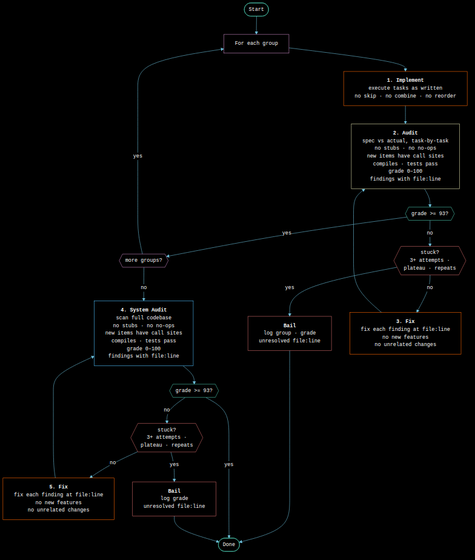
This is WORKFLOW.png from Distortedlogic/lx, a Mermaid export, as it was before one commit. Its source is kept beside it as WORKFLOW.mmd.
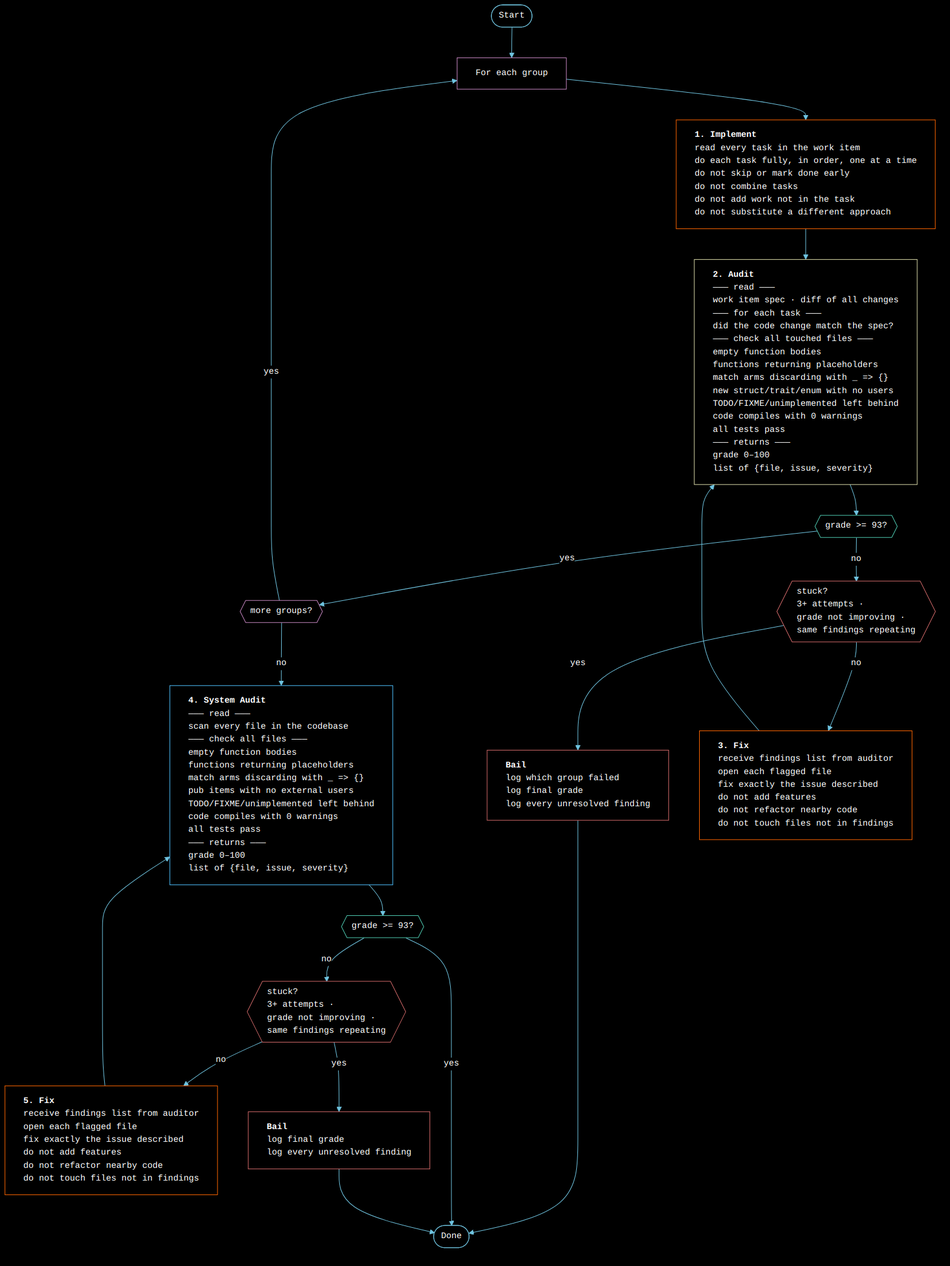
After the change.

Change to the diagram source:
```diff
@@ -3,61 +3,80 @@
     start --> loop_start["For each group"]:::purple
 
     loop_start --> implement["`**1. Implement**
-execute tasks as written
-no skip · no combine · no reorder`"]:::orange
+read every task in the work item
+do each task fully, in order, one at a time
+do not skip or mark done early
+do not combine tasks
+do not add work not in the task
+do not substitute a different approach`"]:::orange
     implement --> audit["`**2. Audit**
-spec vs actual, task-by-task
-no stubs · no no-ops
-new items have call sites
-compiles · tests pass
+——— read ———
+work item spec · diff of all changes
+——— for each task ———
+did the code change match the spec?
+——— check all touched files ———
+empty function bodies
+functions returning placeholders
+match arms discarding with _ => {}
+new struct/trait/enum with no users
+TODO/FIXME/unimplemented left behind
+code compiles with 0 warnings
+all tests pass
+——— returns ———
 grade 0–100
-findings with file:line`"]:::yellow
+list of {file, issue, severity}`"]:::yellow
     audit --> check{{"grade >= 93?"}}:::teal
 
-    check -- "no" --> stuck{{"stuck?\n3+ attempts ·\nplateau · repeats"}}:::red
+    check -- "no" --> stuck{{"stuck?\n3+ attempts ·\ngrade not improving ·\nsame findings repeating"}}:::red
     check -- "yes" --> more{{"more groups?"}}:::purple
 
     stuck -- "yes" --> bail["`**Bail**
-log group · grade
-unresolved file:line`"]:::red
+log which group failed
+log final grade
+log every unresolved finding`"]:::red
     bail --> done
 
     more -- "yes" --> loop_start
     more -- "no" --> sys_audit
 
     stuck -- "no" --> fix["`**3. Fix**
-fix each finding at file:line
-no new features
-no unrelated changes`"]:::orange
+receive findings list from auditor
+open each flagged file
+fix exactly the issue described
+do not add features
+do not refactor nearby code
+do not touch files not in findings`"]:::orange
     fix --> audit
 
     sys_audit["`**4. System Audit**
-scan full codebase
-no stubs · no no-ops
-new items have call sites
-compiles · tests pass
+——— read ———
+scan every file in the codebase
+——— check all files ———
+empty function bodies
+functions returning placeholders
+match arms discarding with _ => {}
+pub items with no external users
+TODO/FIXME/unimplemented left behind
+code compiles with 0 warnings
+all tests pass
+——— returns ———
 grade 0–100
-findings with file:line`"]:::cyan
+list of {file, issue, severity}`"]:::cyan
     sys_audit --> sys_check{{"grade >= 93?"}}:::teal
 
-    sys_check -- "no" --> sys_stuck{{"stuck?\n3+ attempts ·\nplateau · repeats"}}:::red
+    sys_check -- "no" --> sys_stuck{{"stuck?\n3+ attempts ·\ngrade not improving ·\nsame findings repeating"}}:::red
     sys_check -- "yes" --> done(["Done"]):::teal
 
     sys_stuck -- "no" --> sys_fix["`**5. Fix**
-fix each finding at file:line
-no new features
-no unrelated changes`"]:::orange
+receive findings list from auditor
+open each flagged file
+fix exactly the issue described
+do not add features
+do not refactor nearby code
+do not touch files not in findings`"]:::orange
     sys_fix --> sys_audit
 
     sys_stuck -- "yes" --> sys_bail["`**Bail**
-log grade
-unresolved file:line`"]:::red
+log final grade
+log every unresolved finding`"]:::red
     sys_bail --> done
-
-    classDef teal stroke:#4ec9b0
-    classDef blue stroke:#569cd6
-    classDef purple stroke:#c586c0
-    classDef orange stroke:#ff6600
-    classDef yellow stroke:#dcdcaa
-    classDef red stroke:#d16969
-    classDef cyan stroke:#4fc1ff
```
